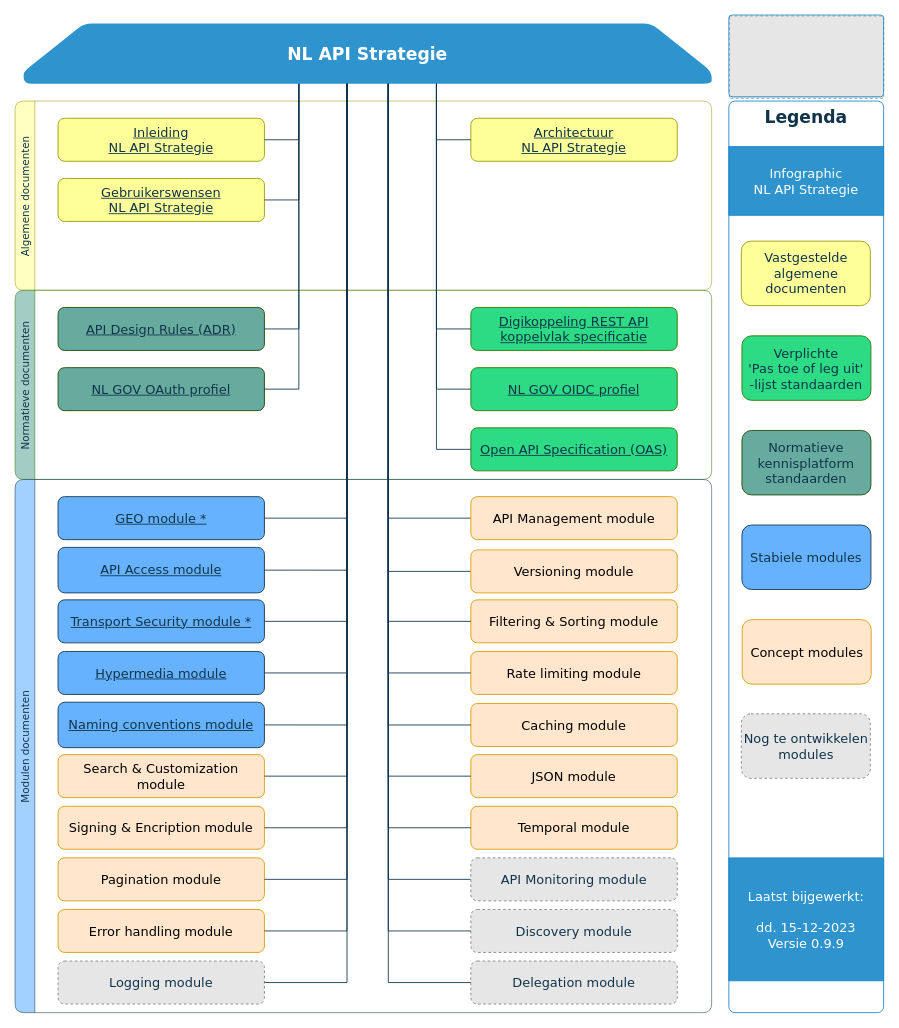
Above: page "versie 101" (1 of 2) of media/API infographic.drawio in Geonovum/KP-APIs (draw.io), before the change. Source tidied: cells renumbered, new cells numbered last; positions are measured from the earlier drawing's top-left corner, leaving out a move shared by most shapes. Both pictures are drawn from the tidied source at 86%, with x=0, y=0 at pixel (15, 15). Pictures stored in the file or linked from it are replaced by grey dashed boxes.
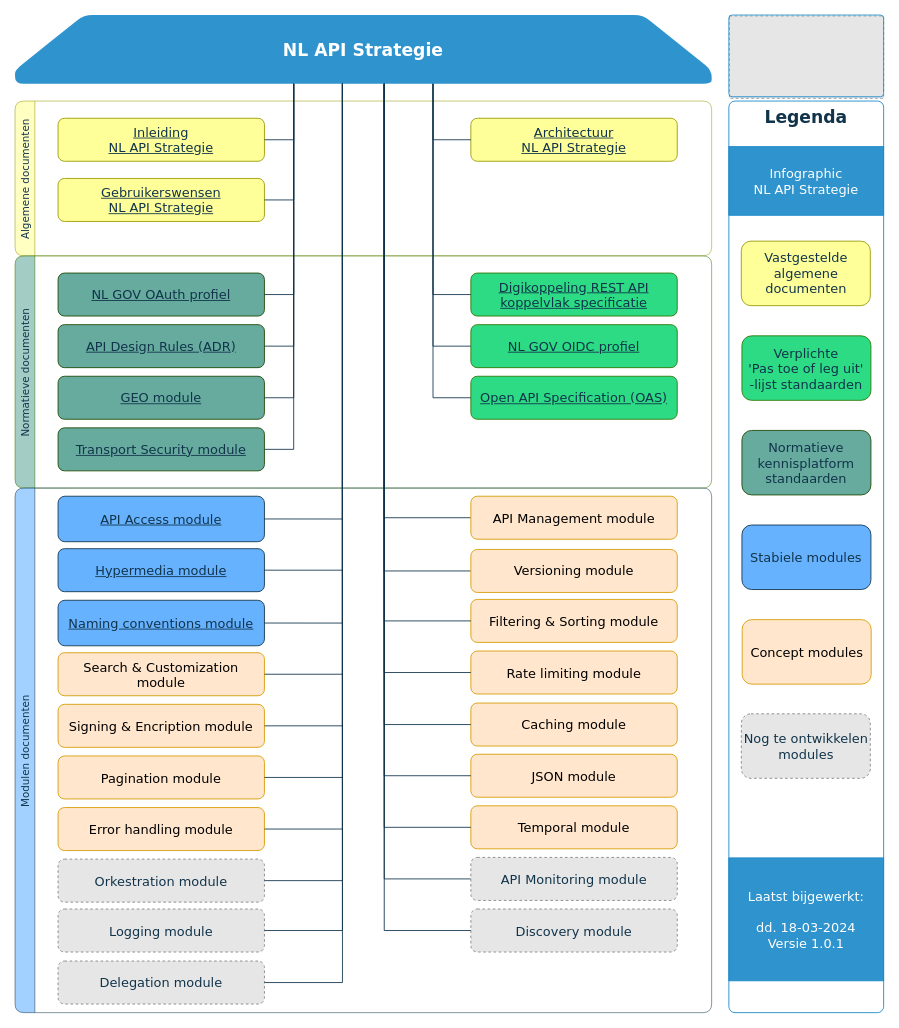
Above is the later version.

Commit message (it also covers changes not shown here):
links en positie modules bijgewerkt

What changed in the source:
```diff
@@
-    <mxCell id="2" style="endArrow=none;html=1;rounded=0;fontFamily=Verdana;fontColor=#11344B;strokeColor=#11344B;entryX=0.47;entryY=1;entryDx=0;entryDy=0;entryPerimeter=0;exitX=1;exitY=0.5;exitDx=0;exitDy=0;edgeStyle=orthogonalEdgeStyle;" parent="1" edge="1" source="21" target="18">
+    <mxCell id="2" style="endArrow=none;html=1;rounded=0;fontFamily=Verdana;fontColor=#11344B;strokeColor=#11344B;entryX=0.4;entryY=1;entryDx=0;entryDy=0;entryPerimeter=0;exitX=1;exitY=0.5;exitDx=0;exitDy=0;edgeStyle=orthogonalEdgeStyle;" parent="1" edge="1" source="21" target="18">
       <mxGeometry relative="1" as="geometry" />
     </mxCell>
@@
     <mxCell id="8" value="Algemene documenten" style="swimlane;horizontal=0;rounded=1;strokeColor=#999900;fillColor=#FFFF99;fontFamily=Verdana;fontStyle=0;opacity=60;fontColor=#11344B;fontSize=12;" parent="1" vertex="1">
-      <mxGeometry y="100" width="810" height="220" as="geometry" />
+      <mxGeometry y="100" width="810" height="180" as="geometry" />
     </mxCell>
@@
     <mxCell id="12" value="Normatieve documenten" style="swimlane;horizontal=0;rounded=1;strokeColor=#2D7600;fillColor=#67AB9F;fontFamily=Verdana;fontStyle=0;opacity=60;fontColor=#11344B;fontSize=12;" parent="1" vertex="1">
-      <mxGeometry y="320" width="810" height="220" as="geometry" />
+      <mxGeometry y="280" width="810" height="270" as="geometry" />
     </mxCell>
     <mxCell id="13" value="API Design Rules (ADR)" style="rounded=1;whiteSpace=wrap;html=1;fontSize=15;fontStyle=4;fillColor=#67AB9F;strokeColor=#1B4700;fontColor=#11344B;fontFamily=Verdana;" parent="12" vertex="1">
-      <mxGeometry x="50" y="20" width="240" height="50" as="geometry" />
+      <mxGeometry x="50" y="80" width="240" height="50" as="geometry" />
     </mxCell>
     <mxCell id="14" value="Open API Specification (OAS)" style="rounded=1;whiteSpace=wrap;html=1;fontSize=15;fontStyle=4;fillColor=#2CDB84;strokeColor=#2D7600;fontColor=#11344B;fontFamily=Verdana;" parent="12" vertex="1">
-      <mxGeometry x="530" y="160" width="240" height="50" as="geometry" />
+      <mxGeometry x="530" y="140" width="240" height="50" as="geometry" />
     </mxCell>
     <mxCell id="15" value="NL GOV OAuth profiel" style="rounded=1;whiteSpace=wrap;html=1;fontSize=15;fontStyle=4;fillColor=#67AB9F;strokeColor=#1B4700;fontColor=#11344B;fontFamily=Verdana;" parent="12" vertex="1">
-      <mxGeometry x="50" y="90" width="240" height="50" as="geometry" />
+      <mxGeometry x="50" y="20" width="240" height="50" as="geometry" />
     </mxCell>
@@
     <mxCell id="17" value="NL GOV OIDC profiel" style="rounded=1;whiteSpace=wrap;html=1;fontSize=15;fontStyle=4;fillColor=#2CDB84;strokeColor=#2D7600;fontColor=#11344B;fontFamily=Verdana;" parent="12" vertex="1">
-      <mxGeometry x="530" y="90" width="240" height="50" as="geometry" />
+      <mxGeometry x="530" y="80" width="240" height="50" as="geometry" />
     </mxCell>
+    <mxCell id="20" value="GEO module" style="rounded=1;whiteSpace=wrap;html=1;fontSize=15;fontStyle=4;fillColor=#67AB9F;strokeColor=#1B4700;fontColor=#11344B;fontFamily=Verdana;" parent="12" vertex="1">
+      <mxGeometry x="50" y="140" width="240" height="50" as="geometry" />
+    </mxCell>
+    <mxCell id="21" value="Transport Security module" style="rounded=1;whiteSpace=wrap;html=1;fontSize=15;fontStyle=4;fillColor=#67AB9F;strokeColor=#1B4700;fontColor=#11344B;fontFamily=Verdana;" parent="12" vertex="1">
+      <mxGeometry x="50" y="200" width="240" height="50" as="geometry" />
+    </mxCell>
     <mxCell id="18" value="&lt;span&gt;NL API Strategie&lt;/span&gt;" style="shape=loopLimit;whiteSpace=wrap;html=1;fontSize=20;fillColor=#1988C8;fontFamily=Verdana;fontStyle=1;size=140;fontColor=#FFFFFF;strokeColor=none;rounded=1;points=[[0,0,0,0,0],[0,0.26,0,0,0],[0,0.5,0,0,0],[0,0.74,0,0,0],[0,1,0,0,0],[0.07,1,0,0,0],[0.13,1,0,0,0],[0.2,1,0,0,0],[0.25,0,0,0,0],[0.25,1,0,0,0],[0.27,1,0,0,0],[0.33,1,0,0,0],[0.4,1,0,0,0],[0.47,1,0,0,0],[0.5,0,0,0,0],[0.5,1,0,0,0],[0.53,1,0,0,0],[0.6,1,0,0,0],[0.67,1,0,0,0],[0.73,1,0,0,0],[0.75,0,0,0,0],[0.75,1,0,0,0],[0.8,1,0,0,0],[0.87,1,0,0,0],[0.93,1,0,0,0],[1,0,0,0,0],[1,0.26,0,0,0],[1,0.5,0,0,0],[1,0.76,0,0,0],[1,1,0,0,0]];opacity=90;shadow=0;sketch=0;" parent="1" vertex="1">
-      <mxGeometry x="10" y="9.9" width="800" height="70" as="geometry" />
+      <mxGeometry width="810" height="79.9" as="geometry" />
     </mxCell>
     <mxCell id="19" value="Modulen documenten" style="swimlane;horizontal=0;rounded=1;strokeColor=#11344B;fillColor=#66B2FF;fontFamily=Verdana;fontStyle=0;opacity=60;fontColor=#11344B;fontSize=12;" parent="1" vertex="1">
-      <mxGeometry y="540" width="810" height="620" as="geometry" />
+      <mxGeometry y="550" width="810" height="610" as="geometry" />
     </mxCell>
-    <mxCell id="20" value="GEO module *" style="rounded=1;whiteSpace=wrap;html=1;fontSize=15;fontStyle=4;fillColor=#66B2FF;strokeColor=#11344B;fontColor=#11344B;fontFamily=Verdana;" parent="19" vertex="1">
-      <mxGeometry x="50" y="20" width="240" height="50" as="geometry" />
-    </mxCell>
-    <mxCell id="21" value="Transport Security module *" style="rounded=1;whiteSpace=wrap;html=1;fontSize=15;fontStyle=4;fillColor=#66B2FF;strokeColor=#11344B;fontColor=#11344B;fontFamily=Verdana;" parent="19" vertex="1">
-      <mxGeometry x="50" y="140" width="240" height="50" as="geometry" />
-    </mxCell>
     <mxCell id="22" value="API Management module" style="rounded=1;whiteSpace=wrap;html=1;fontSize=15;fontStyle=0;fillColor=#ffe6cc;strokeColor=#d79b00;fontColor=default;fontFamily=Verdana;" parent="19" vertex="1">
-      <mxGeometry x="530" y="20" width="240" height="50" as="geometry" />
+      <mxGeometry x="530" y="9.5" width="240" height="50" as="geometry" />
     </mxCell>
     <mxCell id="23" value="Versioning module" style="rounded=1;whiteSpace=wrap;html=1;fontSize=15;fontStyle=0;fillColor=#ffe6cc;strokeColor=#d79b00;fontColor=default;fontFamily=Verdana;" parent="19" vertex="1">
-      <mxGeometry x="530" y="81.9" width="240" height="50" as="geometry" />
+      <mxGeometry x="530" y="71.4" width="240" height="50" as="geometry" />
     </mxCell>
     <mxCell id="24" value="API Access module" style="rounded=1;whiteSpace=wrap;html=1;fontSize=15;fontStyle=4;fillColor=#66B2FF;strokeColor=#11344B;fontColor=#11344B;fontFamily=Verdana;" parent="19" vertex="1">
-      <mxGeometry x="50" y="79" width="240" height="52.9" as="geometry" />
+      <mxGeometry x="50" y="9.5" width="240" height="52.9" as="geometry" />
     </mxCell>
     <mxCell id="25" value="Signing &amp;amp; Encription module" style="rounded=1;whiteSpace=wrap;html=1;fontSize=15;fontStyle=0;fillColor=#ffe6cc;strokeColor=#d79b00;fontColor=default;fontFamily=Verdana;" parent="19" vertex="1">
-      <mxGeometry x="50" y="380" width="240" height="50" as="geometry" />
+      <mxGeometry x="50" y="251.5" width="240" height="50" as="geometry" />
     </mxCell>
     <mxCell id="26" value="Naming conventions module" style="rounded=1;whiteSpace=wrap;html=1;fontSize=15;fontStyle=4;fillColor=#66B2FF;strokeColor=#11344B;fontColor=#11344B;fontFamily=Verdana;" parent="19" vertex="1">
-      <mxGeometry x="50" y="259" width="240" height="52.9" as="geometry" />
+      <mxGeometry x="50" y="130.5" width="240" height="52.9" as="geometry" />
     </mxCell>
     <mxCell id="27" value="JSON module" style="rounded=1;whiteSpace=wrap;html=1;fontSize=15;fontStyle=0;fillColor=#ffe6cc;strokeColor=#d79b00;fontColor=default;fontFamily=Verdana;" parent="19" vertex="1">
-      <mxGeometry x="530" y="320" width="240" height="50" as="geometry" />
+      <mxGeometry x="530" y="309.5" width="240" height="50" as="geometry" />
     </mxCell>
     <mxCell id="28" value="Filtering &amp;amp; Sorting module" style="rounded=1;whiteSpace=wrap;html=1;fontSize=15;fontStyle=0;fillColor=#ffe6cc;strokeColor=#d79b00;fontColor=default;fontFamily=Verdana;" parent="19" vertex="1">
-      <mxGeometry x="530" y="140" width="240" height="50" as="geometry" />
+      <mxGeometry x="530" y="129.5" width="240" height="50" as="geometry" />
     </mxCell>
     <mxCell id="29" value="Search &amp;amp; Customization module" style="rounded=1;whiteSpace=wrap;html=1;fontSize=15;fontStyle=0;fillColor=#ffe6cc;strokeColor=#d79b00;fontColor=default;fontFamily=Verdana;" parent="19" vertex="1">
-      <mxGeometry x="50" y="320" width="240" height="50" as="geometry" />
+      <mxGeometry x="50" y="191.5" width="240" height="50" as="geometry" />
     </mxCell>
     <mxCell id="30" value="Temporal module" style="rounded=1;whiteSpace=wrap;html=1;fontSize=15;fontStyle=0;fillColor=#ffe6cc;strokeColor=#d79b00;fontColor=default;fontFamily=Verdana;" parent="19" vertex="1">
-      <mxGeometry x="530" y="380" width="240" height="50" as="geometry" />
+      <mxGeometry x="530" y="369.5" width="240" height="50" as="geometry" />
     </mxCell>
     <mxCell id="31" value="Hypermedia module" style="rounded=1;whiteSpace=wrap;html=1;fontSize=15;fontStyle=4;fillColor=#66B2FF;strokeColor=#11344B;fontColor=#11344B;fontFamily=Verdana;" parent="19" vertex="1">
-      <mxGeometry x="50" y="200" width="240" height="50" as="geometry" />
+      <mxGeometry x="50" y="70.5" width="240" height="50" as="geometry" />
     </mxCell>
     <mxCell id="32" value="Pagination module" style="rounded=1;whiteSpace=wrap;html=1;fontSize=15;fontStyle=0;fillColor=#ffe6cc;strokeColor=#d79b00;fontColor=default;fontFamily=Verdana;" parent="19" vertex="1">
-      <mxGeometry x="50" y="440" width="240" height="50" as="geometry" />
+      <mxGeometry x="50" y="311.5" width="240" height="50" as="geometry" />
     </mxCell>
     <mxCell id="33" value="Caching module" style="rounded=1;whiteSpace=wrap;html=1;fontSize=15;fontStyle=0;fillColor=#ffe6cc;strokeColor=#d79b00;fontColor=default;fontFamily=Verdana;" parent="19" vertex="1">
-      <mxGeometry x="530" y="260.5" width="240" height="50" as="geometry" />
+      <mxGeometry x="530" y="250" width="240" height="50" as="geometry" />
     </mxCell>
     <mxCell id="34" value="Rate limiting module" style="rounded=1;whiteSpace=wrap;html=1;fontSize=15;fontStyle=0;fillColor=#ffe6cc;strokeColor=#d79b00;fontColor=default;fontFamily=Verdana;" parent="19" vertex="1">
-      <mxGeometry x="530" y="200" width="240" height="50" as="geometry" />
+      <mxGeometry x="530" y="189.5" width="240" height="50" as="geometry" />
     </mxCell>
     <mxCell id="35" value="Error handling module" style="rounded=1;whiteSpace=wrap;html=1;fontSize=15;fontStyle=0;fillColor=#ffe6cc;strokeColor=#d79b00;fontColor=default;fontFamily=Verdana;" parent="19" vertex="1">
-      <mxGeometry x="50" y="500" width="240" height="50" as="geometry" />
+      <mxGeometry x="50" y="371.5" width="240" height="50" as="geometry" />
     </mxCell>
     <mxCell id="36" value="Delegation module" style="rounded=1;whiteSpace=wrap;html=1;fontSize=15;fontStyle=0;fillColor=#E6E6E6;strokeColor=#808080;fontColor=#11344B;fontFamily=Verdana;dashed=1;" parent="19" vertex="1">
-      <mxGeometry x="530" y="560" width="240" height="50" as="geometry" />
+      <mxGeometry x="50" y="550" width="240" height="50" as="geometry" />
     </mxCell>
-    <mxCell id="37" value="Logging module" style="rounded=1;whiteSpace=wrap;html=1;fontSize=15;fontStyle=0;fillColor=#E6E6E6;strokeColor=#808080;fontColor=#11344B;fontFamily=Verdana;dashed=1;" parent="19" vertex="1">
-      <mxGeometry x="50" y="560" width="240" height="50" as="geometry" />
+    <mxCell id="37" value="Orkestration module" style="rounded=1;whiteSpace=wrap;html=1;fontSize=15;fontStyle=0;fillColor=#E6E6E6;strokeColor=#808080;fontColor=#11344B;fontFamily=Verdana;dashed=1;" parent="19" vertex="1">
+      <mxGeometry x="50" y="431.5" width="240" height="50" as="geometry" />
     </mxCell>
     <mxCell id="38" value="API Monitoring module" style="rounded=1;whiteSpace=wrap;html=1;fontSize=15;fontStyle=0;fillColor=#E6E6E6;strokeColor=#808080;fontColor=#11344B;fontFamily=Verdana;dashed=1;" parent="19" vertex="1">
-      <mxGeometry x="530" y="440" width="240" height="50" as="geometry" />
+      <mxGeometry x="530" y="429.5" width="240" height="50" as="geometry" />
     </mxCell>
     <mxCell id="39" value="Discovery module" style="rounded=1;whiteSpace=wrap;html=1;fontSize=15;fontStyle=0;fillColor=#E6E6E6;strokeColor=#808080;fontColor=#11344B;fontFamily=Verdana;dashed=1;" parent="19" vertex="1">
-      <mxGeometry x="530" y="500" width="240" height="50" as="geometry" />
+      <mxGeometry x="530" y="489.5" width="240" height="50" as="geometry" />
     </mxCell>
+    <mxCell id="74" value="Logging module" style="rounded=1;whiteSpace=wrap;html=1;fontSize=15;fontStyle=0;fillColor=#E6E6E6;strokeColor=#808080;fontColor=#11344B;fontFamily=Verdana;dashed=1;" parent="19" vertex="1">
+      <mxGeometry x="50" y="489.5" width="240" height="50" as="geometry" />
+    </mxCell>
@@
-    <mxCell id="48" style="endArrow=none;html=1;rounded=0;fontFamily=Verdana;fontColor=#11344B;strokeColor=#11344B;entryX=0.47;entryY=1;entryDx=0;entryDy=0;entryPerimeter=0;exitX=1;exitY=0.5;exitDx=0;exitDy=0;edgeStyle=orthogonalEdgeStyle;" parent="1" edge="1" source="20" target="18">
+    <mxCell id="48" style="endArrow=none;html=1;rounded=0;fontFamily=Verdana;fontColor=#11344B;strokeColor=#11344B;entryX=0.4;entryY=1;entryDx=0;entryDy=0;entryPerimeter=0;exitX=1;exitY=0.5;exitDx=0;exitDy=0;edgeStyle=orthogonalEdgeStyle;" parent="1" edge="1" source="20" target="18">
       <mxGeometry relative="1" as="geometry" />
     </mxCell>
@@
-    <mxCell id="51" value="Laatst bijgewerkt:&lt;br&gt;&lt;br&gt;dd. 15-12-2023&lt;br&gt;Versie 0.9.9" style="text;html=1;strokeColor=#1988C8;fillColor=#1988C8;align=center;verticalAlign=middle;whiteSpace=wrap;rounded=0;fontFamily=Verdana;fontSize=15;fontColor=#FFFFFF;opacity=90;" parent="1" vertex="1">
+    <mxCell id="51" value="Laatst bijgewerkt:&lt;br&gt;&lt;br&gt;dd. 18-03-2024&lt;br&gt;Versie 1.0.1" style="text;html=1;strokeColor=#1988C8;fillColor=#1988C8;align=center;verticalAlign=middle;whiteSpace=wrap;rounded=0;fontFamily=Verdana;fontSize=15;fontColor=#FFFFFF;opacity=90;" parent="1" vertex="1">
       <mxGeometry x="830" y="980" width="180" height="143" as="geometry" />
     </mxCell>
@@
-    <mxCell id="69" style="endArrow=none;html=1;rounded=0;fontFamily=Verdana;fontColor=#11344B;strokeColor=#11344B;entryX=0.53;entryY=1;entryDx=0;entryDy=0;entryPerimeter=0;edgeStyle=orthogonalEdgeStyle;exitX=0;exitY=0.5;exitDx=0;exitDy=0;" parent="1" edge="1" source="36" target="18">
+    <mxCell id="69" style="endArrow=none;html=1;rounded=0;fontFamily=Verdana;fontColor=#11344B;strokeColor=#11344B;entryX=0.47;entryY=1;entryDx=0;entryDy=0;entryPerimeter=0;edgeStyle=orthogonalEdgeStyle;exitX=1;exitY=0.5;exitDx=0;exitDy=0;" parent="1" edge="1" source="36" target="18">
       <mxGeometry relative="1" as="geometry" />
     </mxCell>
@@
+    <mxCell id="75" style="endArrow=none;html=1;rounded=0;fontFamily=Verdana;fontColor=#11344B;strokeColor=#11344B;entryX=0.47;entryY=1;entryDx=0;entryDy=0;entryPerimeter=0;exitX=1;exitY=0.5;exitDx=0;exitDy=0;edgeStyle=orthogonalEdgeStyle;" parent="1" edge="1" source="74" target="18">
+      <mxGeometry relative="1" as="geometry" />
+    </mxCell>
```
